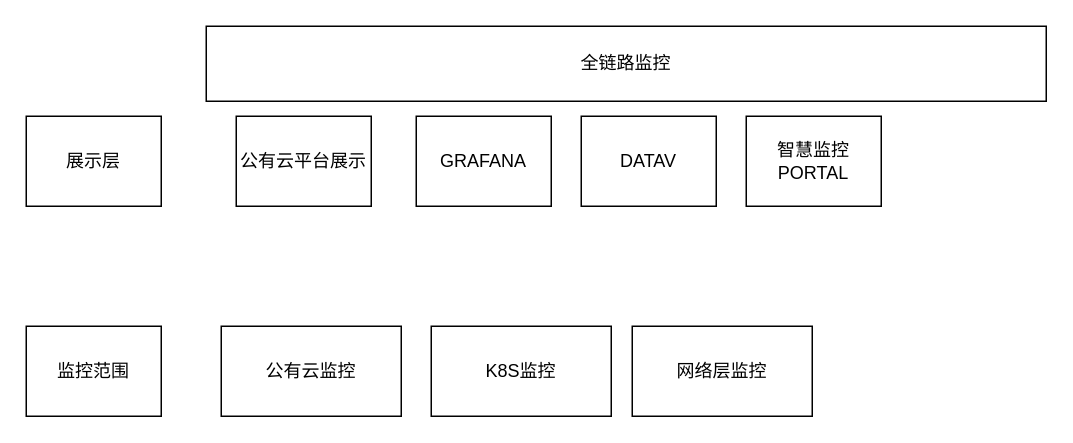
The draw.io diagram 全链路监控.drawio in tengxiao/zabbix-report, before the edit. Source tidied: cells renumbered, new cells numbered last; positions are measured from the earlier drawing's top-left corner, leaving out a move shared by most shapes. Both pictures are drawn from the tidied source at 150%, with x=0, y=0 at pixel (26, 26).
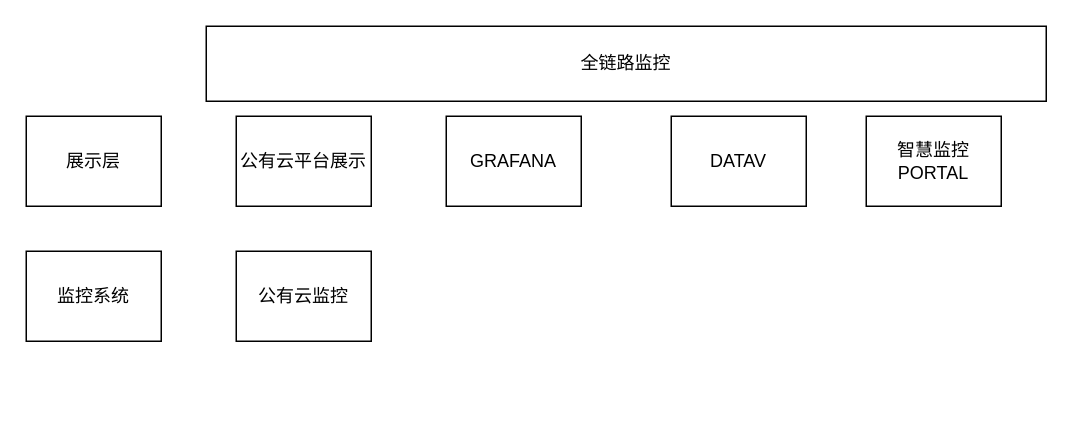
The same page after the edit.

Commit message (it also covers changes not shown here):
更新全链路监控.drawio

Change to the diagram source:
```diff
@@
 <mxGraphModel>
   <root>
     <mxCell id="0" />
     <mxCell id="1" parent="0" />
     <mxCell id="2" value="全链路监控" style="rounded=0;whiteSpace=wrap;html=1;" parent="1" vertex="1">
       <mxGeometry x="120" width="560" height="50" as="geometry" />
     </mxCell>
-    <mxCell id="3" value="监控范围" style="rounded=0;whiteSpace=wrap;html=1;" parent="1" vertex="1">
-      <mxGeometry y="200" width="90" height="60" as="geometry" />
-    </mxCell>
-    <mxCell id="4" value="公有云监控" style="rounded=0;whiteSpace=wrap;html=1;" parent="1" vertex="1">
-      <mxGeometry x="130" y="200" width="120" height="60" as="geometry" />
-    </mxCell>
-    <mxCell id="5" value="K8S监控" style="rounded=0;whiteSpace=wrap;html=1;" parent="1" vertex="1">
-      <mxGeometry x="270" y="200" width="120" height="60" as="geometry" />
-    </mxCell>
-    <mxCell id="6" value="网络层监控" style="rounded=0;whiteSpace=wrap;html=1;" parent="1" vertex="1">
-      <mxGeometry x="404" y="200" width="120" height="60" as="geometry" />
-    </mxCell>
     <mxCell id="7" value="展示层" style="rounded=0;whiteSpace=wrap;html=1;" parent="1" vertex="1">
       <mxGeometry y="60" width="90" height="60" as="geometry" />
     </mxCell>
     <mxCell id="8" value="公有云平台展示" style="rounded=0;whiteSpace=wrap;html=1;" parent="1" vertex="1">
       <mxGeometry x="140" y="60" width="90" height="60" as="geometry" />
     </mxCell>
     <mxCell id="9" value="GRAFANA" style="rounded=0;whiteSpace=wrap;html=1;" parent="1" vertex="1">
-      <mxGeometry x="260" y="60" width="90" height="60" as="geometry" />
+      <mxGeometry x="280" y="60" width="90" height="60" as="geometry" />
     </mxCell>
     <mxCell id="10" value="DATAV" style="rounded=0;whiteSpace=wrap;html=1;" parent="1" vertex="1">
-      <mxGeometry x="370" y="60" width="90" height="60" as="geometry" />
+      <mxGeometry x="430" y="60" width="90" height="60" as="geometry" />
     </mxCell>
     <mxCell id="11" value="智慧监控PORTAL" style="rounded=0;whiteSpace=wrap;html=1;" parent="1" vertex="1">
-      <mxGeometry x="480" y="60" width="90" height="60" as="geometry" />
+      <mxGeometry x="560" y="60" width="90" height="60" as="geometry" />
     </mxCell>
+    <mxCell id="12" value="监控系统" style="rounded=0;whiteSpace=wrap;html=1;" parent="1" vertex="1">
+      <mxGeometry y="150" width="90" height="60" as="geometry" />
+    </mxCell>
+    <mxCell id="4" value="公有云监控" style="rounded=0;whiteSpace=wrap;html=1;" parent="1" vertex="1">
+      <mxGeometry x="140" y="150" width="90" height="60" as="geometry" />
+    </mxCell>
   </root>
 </mxGraphModel>
```
